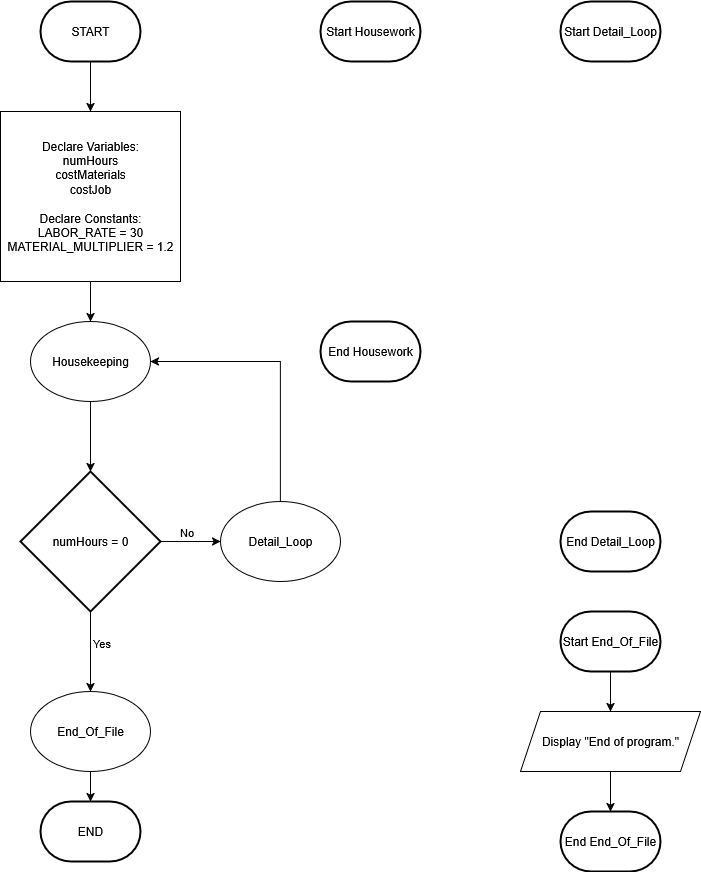
Before: Mod2_Ex8_Flowchart.drawio.png, a diagram exported from draw.io (CBowles10/SDEV_120_FALL2025_CBOWLES). Source tidied: cells renumbered, new cells last; positions are measured from the earlier drawing's top-left corner, leaving out a move shared by most shapes.
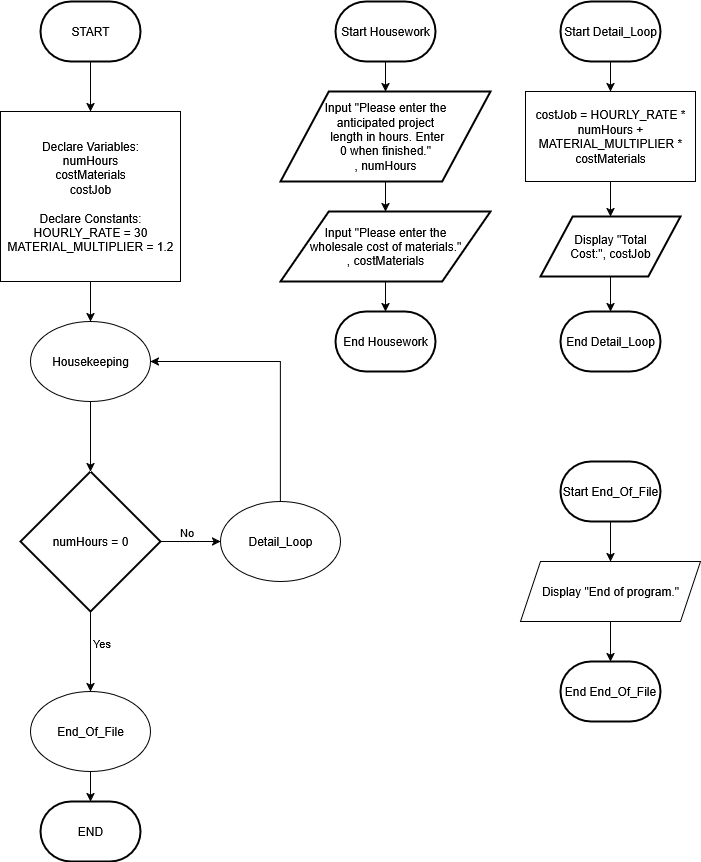
The same diagram one commit later.

The edit, as a diff of the source:
```diff
@@ -8,7 +8,7 @@
     <mxCell id="3" style="edgeStyle=orthogonalEdgeStyle;rounded=0;jettySize=auto;html=1;exitX=0.5;exitY=1;exitDx=0;exitDy=0;entryX=0.5;entryY=0;entryDx=0;entryDy=0;" parent="1" edge="1" source="4" target="16">
       <mxGeometry relative="1" as="geometry" />
     </mxCell>
-    <mxCell id="4" value="&lt;div&gt;Declare Variables:&lt;/div&gt;&lt;div&gt;numHours&lt;br&gt;costMaterials&lt;br&gt;costJob&lt;br&gt;&lt;br&gt;Declare Constants:&lt;br&gt;&lt;span style=&quot;white-space: pre;&quot;&gt;LABOR_RATE = 30&lt;br&gt;MATERIAL_MULTIPLIER = 1.2&lt;/span&gt;&lt;/div&gt;" style="rounded=0;whiteSpace=wrap;html=1;" parent="1" vertex="1">
+    <mxCell id="4" value="&lt;div&gt;Declare Variables:&lt;/div&gt;&lt;div&gt;numHours&lt;br&gt;costMaterials&lt;br&gt;costJob&lt;br&gt;&lt;br&gt;Declare Constants:&lt;br&gt;&lt;span style=&quot;white-space: pre;&quot;&gt;HOURLY_RATE = 30&lt;br&gt;MATERIAL_MULTIPLIER = 1.2&lt;/span&gt;&lt;/div&gt;" style="rounded=0;whiteSpace=wrap;html=1;" parent="1" vertex="1">
       <mxGeometry y="110" width="180" height="170" as="geometry" />
     </mxCell>
     <mxCell id="5" style="edgeStyle=orthogonalEdgeStyle;rounded=0;jettySize=auto;html=1;exitX=1;exitY=0.5;exitDx=0;exitDy=0;exitPerimeter=0;entryX=0;entryY=0.5;entryDx=0;entryDy=0;" parent="1" edge="1" source="9" target="11">
@@ -46,7 +46,7 @@
       <mxGeometry relative="1" as="geometry" />
     </mxCell>
     <mxCell id="15" value="Display &quot;End of program.&quot;" style="shape=parallelogram;perimeter=parallelogramPerimeter;whiteSpace=wrap;html=1;fixedSize=1;" parent="1" vertex="1">
-      <mxGeometry x="520" y="710" width="180" height="60" as="geometry" />
+      <mxGeometry x="520" y="560" width="180" height="60" as="geometry" />
     </mxCell>
     <mxCell id="16" value="Housekeeping" style="ellipse;whiteSpace=wrap;html=1;" parent="1" vertex="1">
       <mxGeometry x="30" y="320" width="120" height="80" as="geometry" />
@@ -61,25 +61,55 @@
       <mxGeometry x="40" width="100" height="60" as="geometry" />
     </mxCell>
     <mxCell id="20" value="End Housework" style="strokeWidth=2;html=1;shape=mxgraph.flowchart.terminator;whiteSpace=wrap;" parent="1" vertex="1">
-      <mxGeometry x="320" y="320" width="100" height="60" as="geometry" />
+      <mxGeometry x="335" y="310" width="100" height="60" as="geometry" />
     </mxCell>
+    <mxCell id="27" style="edgeStyle=orthogonalEdgeStyle;rounded=0;jettySize=auto;html=1;exitX=0.5;exitY=1;exitDx=0;exitDy=0;exitPerimeter=0;entryX=0.5;entryY=0;entryDx=0;entryDy=0;" parent="1" edge="1" source="21" target="30">
+      <mxGeometry relative="1" as="geometry" />
+    </mxCell>
     <mxCell id="21" value="Start Housework" style="strokeWidth=2;html=1;shape=mxgraph.flowchart.terminator;whiteSpace=wrap;" parent="1" vertex="1">
-      <mxGeometry x="320" width="100" height="60" as="geometry" />
+      <mxGeometry x="335" width="100" height="60" as="geometry" />
     </mxCell>
+    <mxCell id="28" style="edgeStyle=orthogonalEdgeStyle;rounded=0;jettySize=auto;html=1;exitX=0.5;exitY=1;exitDx=0;exitDy=0;exitPerimeter=0;entryX=0.5;entryY=0;entryDx=0;entryDy=0;" parent="1" edge="1" source="22" target="34">
+      <mxGeometry relative="1" as="geometry" />
+    </mxCell>
     <mxCell id="22" value="Start Detail_Loop" style="strokeWidth=2;html=1;shape=mxgraph.flowchart.terminator;whiteSpace=wrap;" parent="1" vertex="1">
       <mxGeometry x="560" width="100" height="60" as="geometry" />
     </mxCell>
     <mxCell id="23" value="End Detail_Loop" style="strokeWidth=2;html=1;shape=mxgraph.flowchart.terminator;whiteSpace=wrap;" parent="1" vertex="1">
-      <mxGeometry x="560" y="510" width="100" height="60" as="geometry" />
+      <mxGeometry x="560" y="310" width="100" height="60" as="geometry" />
     </mxCell>
     <mxCell id="24" style="edgeStyle=orthogonalEdgeStyle;rounded=0;jettySize=auto;html=1;exitX=0.5;exitY=1;exitDx=0;exitDy=0;exitPerimeter=0;entryX=0.5;entryY=0;entryDx=0;entryDy=0;" parent="1" edge="1" source="25" target="15">
       <mxGeometry relative="1" as="geometry" />
     </mxCell>
     <mxCell id="25" value="Start End_Of_File" style="strokeWidth=2;html=1;shape=mxgraph.flowchart.terminator;whiteSpace=wrap;" parent="1" vertex="1">
-      <mxGeometry x="560" y="610" width="100" height="60" as="geometry" />
+      <mxGeometry x="560" y="460" width="100" height="60" as="geometry" />
     </mxCell>
     <mxCell id="26" value="End End_Of_File" style="strokeWidth=2;html=1;shape=mxgraph.flowchart.terminator;whiteSpace=wrap;" parent="1" vertex="1">
-      <mxGeometry x="560" y="810" width="100" height="60" as="geometry" />
+      <mxGeometry x="560" y="660" width="100" height="60" as="geometry" />
     </mxCell>
+    <mxCell id="29" style="edgeStyle=orthogonalEdgeStyle;rounded=0;jettySize=auto;html=1;exitX=0.5;exitY=1;exitDx=0;exitDy=0;entryX=0.5;entryY=0;entryDx=0;entryDy=0;" parent="1" edge="1" source="30" target="31">
+      <mxGeometry relative="1" as="geometry" />
+    </mxCell>
+    <mxCell id="30" value="Input &quot;Please enter the&lt;br&gt;anticipated project&lt;br&gt;&amp;nbsp;length in hours. Enter&lt;br&gt;0 when finished.&quot;&lt;br&gt;, numHours" style="shape=parallelogram;html=1;strokeWidth=2;perimeter=parallelogramPerimeter;whiteSpace=wrap;rounded=1;arcSize=0;size=0.23;" parent="1" vertex="1">
+      <mxGeometry x="280" y="90" width="210" height="90" as="geometry" />
+    </mxCell>
+    <mxCell id="31" value="Input &quot;Please enter the&lt;br&gt;wholesale cost of materials.&quot;&lt;br&gt;, costMaterials" style="shape=parallelogram;html=1;strokeWidth=2;perimeter=parallelogramPerimeter;whiteSpace=wrap;rounded=1;arcSize=0;size=0.23;" parent="1" vertex="1">
+      <mxGeometry x="280" y="210" width="210" height="70" as="geometry" />
+    </mxCell>
+    <mxCell id="32" style="edgeStyle=orthogonalEdgeStyle;rounded=0;jettySize=auto;html=1;exitX=0.5;exitY=1;exitDx=0;exitDy=0;entryX=0.5;entryY=0;entryDx=0;entryDy=0;entryPerimeter=0;" parent="1" edge="1" source="31" target="20">
+      <mxGeometry relative="1" as="geometry" />
+    </mxCell>
+    <mxCell id="33" style="edgeStyle=orthogonalEdgeStyle;rounded=0;jettySize=auto;html=1;exitX=0.5;exitY=1;exitDx=0;exitDy=0;entryX=0.5;entryY=0;entryDx=0;entryDy=0;" parent="1" edge="1" source="34" target="35">
+      <mxGeometry relative="1" as="geometry" />
+    </mxCell>
+    <mxCell id="34" value="costJob = HOURLY_RATE * numHours + MATERIAL_MULTIPLIER * costMaterials" style="rounded=0;whiteSpace=wrap;html=1;" parent="1" vertex="1">
+      <mxGeometry x="525" y="90" width="170" height="90" as="geometry" />
+    </mxCell>
+    <mxCell id="35" value="Display &quot;Total&lt;br&gt;Cost:&quot;, costJob" style="shape=parallelogram;html=1;strokeWidth=2;perimeter=parallelogramPerimeter;whiteSpace=wrap;rounded=1;arcSize=0;size=0.23;" parent="1" vertex="1">
+      <mxGeometry x="540" y="215" width="140" height="60" as="geometry" />
+    </mxCell>
+    <mxCell id="36" style="edgeStyle=orthogonalEdgeStyle;rounded=0;jettySize=auto;html=1;exitX=0.5;exitY=1;exitDx=0;exitDy=0;entryX=0.5;entryY=0;entryDx=0;entryDy=0;entryPerimeter=0;" parent="1" edge="1" source="35" target="23">
+      <mxGeometry relative="1" as="geometry" />
+    </mxCell>
   </root>
 </mxGraphModel>
```
